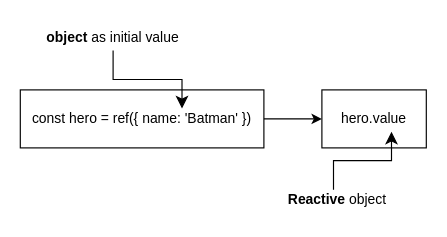
Earlier version of the draw.io diagram page "ref object" (4 of 6) of posts/170-vue-ref/diagrams/diagram.drawio (panzerdp/dmitripavlutin.com). Source tidied: cells renumbered, new cells numbered last; positions are measured from the earlier drawing's top-left corner, leaving out a move shared by most shapes. Both pictures are drawn from the tidied source at 116%, with x=0, y=0 at pixel (20, 20).
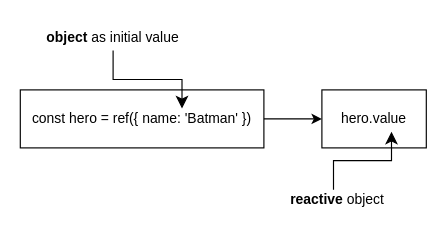
Above is the later version.

Change to the diagram source:
```diff
@@
 <mxGraphModel>
   <root>
     <mxCell id="0" />
     <mxCell id="1" parent="0" />
     <mxCell id="2" style="rounded=0;whiteSpace=wrap;html=1;" parent="1" vertex="1">
       <mxGeometry y="60" width="210" height="50" as="geometry" />
     </mxCell>
     <mxCell id="3" value="const hero = ref({ name: 'Batman' })" style="text;html=1;strokeColor=none;fillColor=none;align=center;verticalAlign=middle;whiteSpace=wrap;rounded=0;fontSize=12;fontFamily=Helvetica;" parent="1" vertex="1">
       <mxGeometry y="70" width="210" height="30" as="geometry" />
     </mxCell>
-    <mxCell id="4" value="&lt;b&gt;Reactive&lt;/b&gt; object" style="text;html=1;strokeColor=none;fillColor=none;align=center;verticalAlign=middle;whiteSpace=wrap;rounded=0;" parent="1" vertex="1">
+    <mxCell id="4" value="&lt;b&gt;reactive&lt;/b&gt; object" style="text;html=1;strokeColor=none;fillColor=none;align=center;verticalAlign=middle;whiteSpace=wrap;rounded=0;" parent="1" vertex="1">
       <mxGeometry x="220" y="140" width="107" height="30" as="geometry" />
     </mxCell>
     <mxCell id="5" value="hero.value" style="rounded=0;whiteSpace=wrap;html=1;" parent="1" vertex="1">
       <mxGeometry x="260" y="60" width="90" height="50" as="geometry" />
     </mxCell>
     <mxCell id="6" style="endArrow=classic;html=1;entryX=0;entryY=0.5;entryDx=0;entryDy=0;exitX=1;exitY=0.5;exitDx=0;exitDy=0;" parent="1" edge="1" source="3" target="5">
       <mxGeometry relative="1" as="geometry" />
     </mxCell>
     <mxCell id="7" style="edgeStyle=elbowEdgeStyle;elbow=vertical;endArrow=classic;html=1;curved=0;rounded=0;endSize=8;startSize=8;" parent="1" edge="1">
       <mxGeometry relative="1" as="geometry">
         <mxPoint x="270" y="146" as="sourcePoint" />
         <mxPoint x="320" y="96" as="targetPoint" />
       </mxGeometry>
     </mxCell>
     <mxCell id="8" value="&lt;b style=&quot;border-color: var(--border-color);&quot;&gt;object &lt;/b&gt;&lt;span style=&quot;border-color: var(--border-color);&quot;&gt;as i&lt;/span&gt;nitial value" style="text;html=1;strokeColor=none;fillColor=none;align=center;verticalAlign=middle;whiteSpace=wrap;rounded=0;" parent="1" vertex="1">
       <mxGeometry x="20" width="120" height="30" as="geometry" />
     </mxCell>
     <mxCell id="9" style="edgeStyle=elbowEdgeStyle;elbow=vertical;endArrow=classic;html=1;curved=0;rounded=0;endSize=8;startSize=8;" parent="1" edge="1">
       <mxGeometry relative="1" as="geometry">
         <mxPoint x="80" y="26" as="sourcePoint" />
         <mxPoint x="139.4" y="76" as="targetPoint" />
       </mxGeometry>
     </mxCell>
   </root>
 </mxGraphModel>
```
